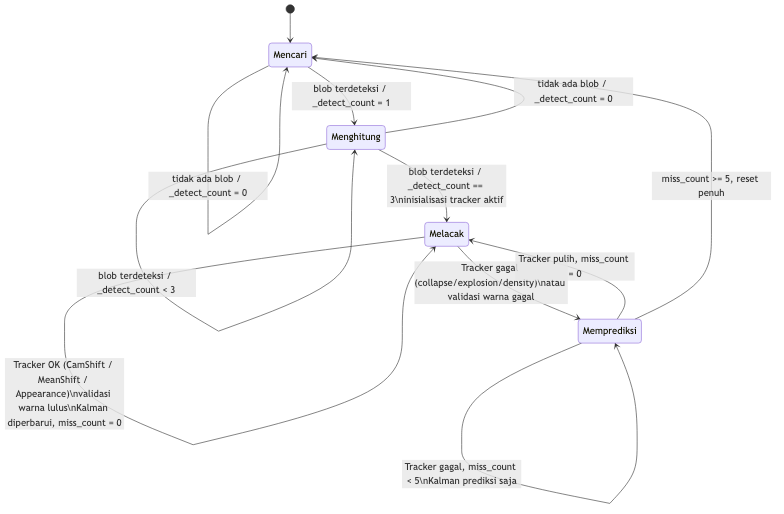
This is docs/chart_02_detection_state.png from musaelhanafi/drone-seeker, a Mermaid export, as it was before one commit. Its source is kept beside it as docs/chart_02_detection_state.mmd.
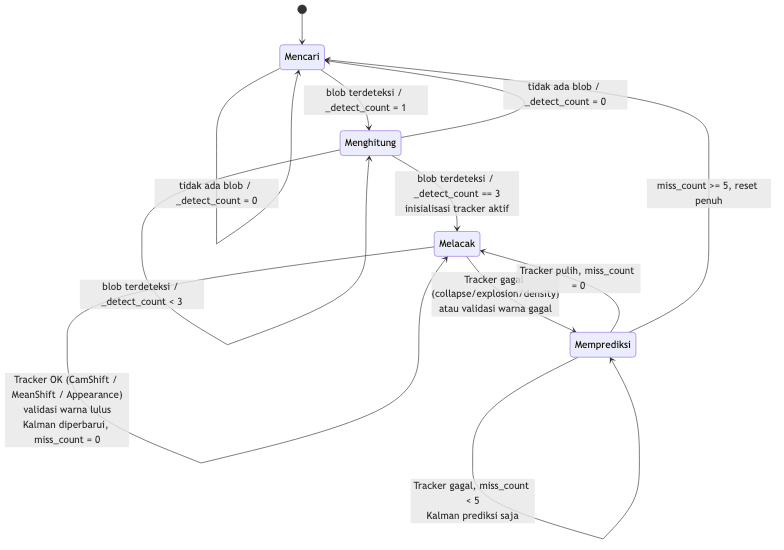
After the commit.

Change to the diagram source:
```diff
@@ -5,12 +5,12 @@
     Mencari --> Menghitung : blob terdeteksi / _detect_count = 1
 
     Menghitung --> Menghitung : blob terdeteksi / _detect_count < 3
-    Menghitung --> Melacak    : blob terdeteksi / _detect_count == 3\ninisialisasi tracker aktif
+    Menghitung --> Melacak    : blob terdeteksi / _detect_count == 3<br/>inisialisasi tracker aktif
     Menghitung --> Mencari    : tidak ada blob / _detect_count = 0
 
-    Melacak --> Melacak      : Tracker OK (CamShift / MeanShift / Appearance)\nvalidasi warna lulus\nKalman diperbarui, miss_count = 0
-    Melacak --> Memprediksi  : Tracker gagal (collapse/explosion/density)\natau validasi warna gagal
+    Melacak --> Melacak      : Tracker OK (CamShift / MeanShift / Appearance)<br/>validasi warna lulus<br/>Kalman diperbarui, miss_count = 0
+    Melacak --> Memprediksi  : Tracker gagal (collapse/explosion/density)<br/>atau validasi warna gagal
 
-    Memprediksi --> Memprediksi : Tracker gagal, miss_count < 5\nKalman prediksi saja
+    Memprediksi --> Memprediksi : Tracker gagal, miss_count < 5<br/>Kalman prediksi saja
     Memprediksi --> Melacak     : Tracker pulih, miss_count = 0
     Memprediksi --> Mencari     : miss_count >= 5, reset penuh
```
